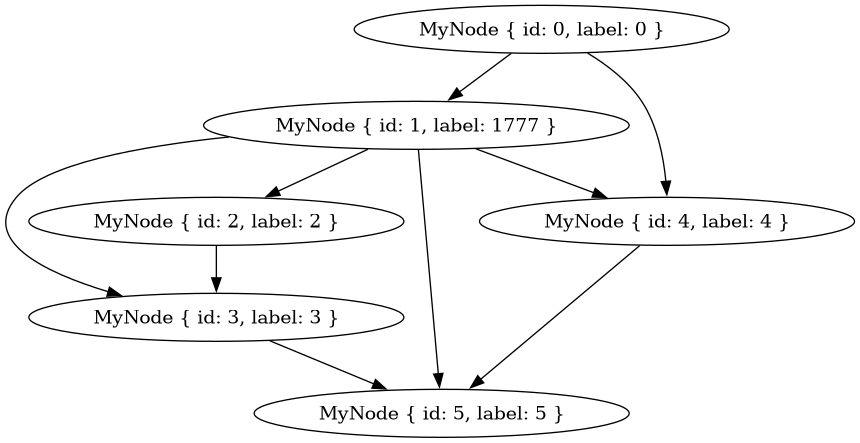
beiduqiu/CPOS-parallel-execution keeps this Graphviz diagram as dag_out.png. Above is the earlier version. Its source is kept beside it as dag_out.dot. The source it was exported from:
```dot
digraph {
    0 [ label = "MyNode { id: 0, label: 0 }" ]
    1 [ label = "MyNode { id: 1, label: 1777 }" ]
    2 [ label = "MyNode { id: 2, label: 2 }" ]
    3 [ label = "MyNode { id: 3, label: 3 }" ]
    4 [ label = "MyNode { id: 4, label: 4 }" ]
    5 [ label = "MyNode { id: 5, label: 5 }" ]
    0 -> 1 [ ]
    2 -> 3 [ ]
    1 -> 3 [ ]
    0 -> 4 [ ]
    1 -> 2 [ ]
    1 -> 5 [ ]
    1 -> 4 [ ]
    4 -> 5 [ ]
    3 -> 5 [ ]
}
```
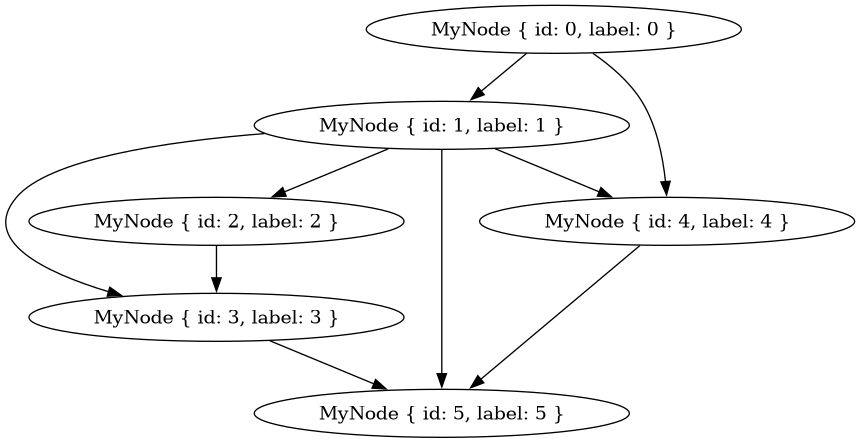
The same diagram one commit later.

Commit message:
Give node 0 a initial label

What changed in the source:
```diff
@@ -1,6 +1,6 @@
 digraph {
     0 [ label = "MyNode { id: 0, label: 0 }" ]
-    1 [ label = "MyNode { id: 1, label: 1777 }" ]
+    1 [ label = "MyNode { id: 1, label: 1 }" ]
     2 [ label = "MyNode { id: 2, label: 2 }" ]
     3 [ label = "MyNode { id: 3, label: 3 }" ]
     4 [ label = "MyNode { id: 4, label: 4 }" ]
```
